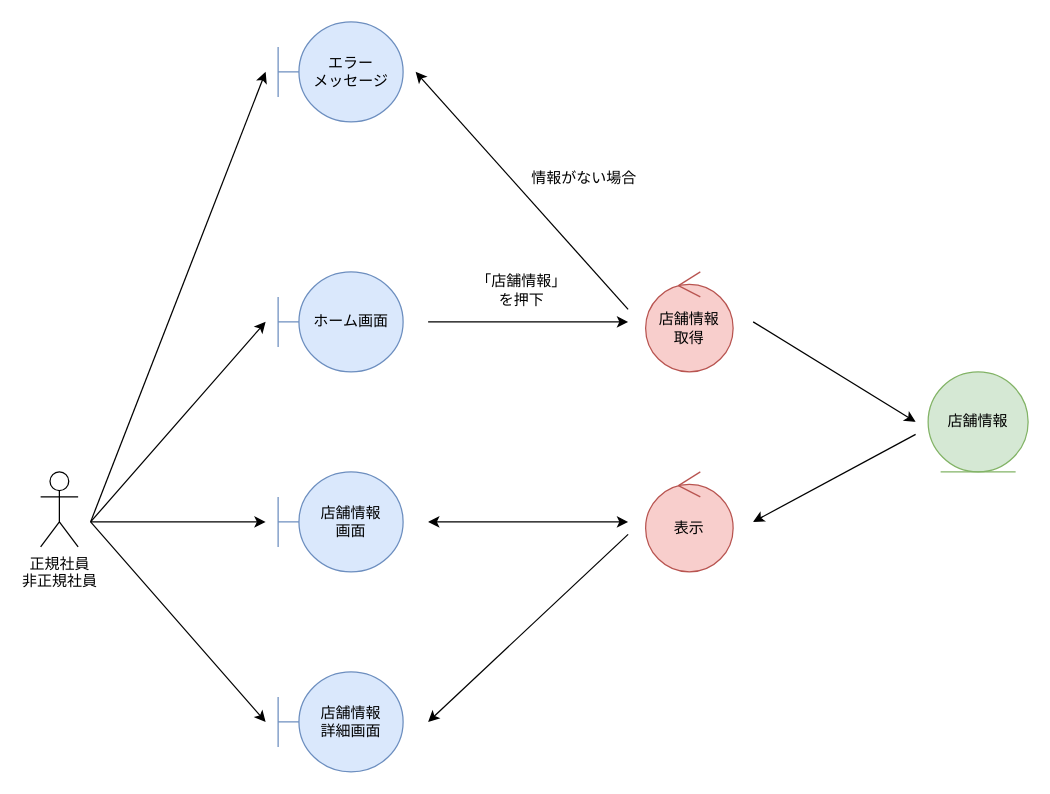
Earlier version of the draw.io diagram page "店舗情報参照" (5 of 6) of 各種設計書/3ロバストネス図/人事管理/従業員情報管理.drawio (HaruShim/Sotuken). Source tidied: cells renumbered, new cells numbered last; positions are measured from the earlier drawing's top-left corner, leaving out a move shared by most shapes. Both pictures are drawn from the tidied source at 125%, with x=0, y=0 at pixel (40, 21).
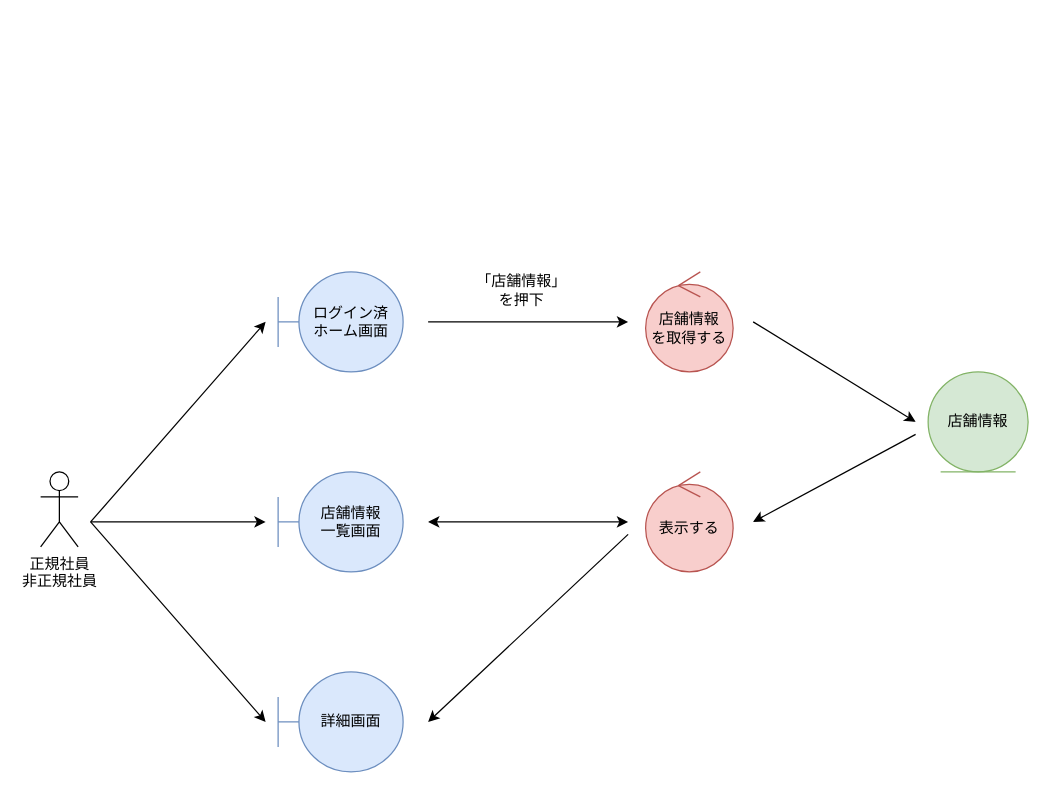
After the change.

What changed in the source:
```diff
@@
-    <mxCell id="2" value="ホーム画面" style="shape=umlBoundary;whiteSpace=wrap;html=1;fillColor=#dae8fc;strokeColor=#6c8ebf;" parent="1" vertex="1">
+    <mxCell id="2" value="ログイン済&lt;br&gt;ホーム画面" style="shape=umlBoundary;whiteSpace=wrap;html=1;fillColor=#dae8fc;strokeColor=#6c8ebf;" parent="1" vertex="1">
       <mxGeometry x="190" y="200" width="100" height="80" as="geometry" />
     </mxCell>
-    <mxCell id="3" value="店舗情報&lt;br&gt;画面" style="shape=umlBoundary;whiteSpace=wrap;html=1;fillColor=#dae8fc;strokeColor=#6c8ebf;" parent="1" vertex="1">
+    <mxCell id="3" value="店舗情報&lt;br&gt;一覧画面" style="shape=umlBoundary;whiteSpace=wrap;html=1;fillColor=#dae8fc;strokeColor=#6c8ebf;" parent="1" vertex="1">
       <mxGeometry x="190" y="360" width="100" height="80" as="geometry" />
     </mxCell>
-    <mxCell id="4" value="店舗情報&lt;br&gt;詳細画面" style="shape=umlBoundary;whiteSpace=wrap;html=1;fillColor=#dae8fc;strokeColor=#6c8ebf;" parent="1" vertex="1">
+    <mxCell id="4" value="詳細画面" style="shape=umlBoundary;whiteSpace=wrap;html=1;fillColor=#dae8fc;strokeColor=#6c8ebf;" parent="1" vertex="1">
       <mxGeometry x="190" y="520" width="100" height="80" as="geometry" />
     </mxCell>
@@
-    <mxCell id="10" value="店舗情報&lt;br&gt;取得" style="ellipse;shape=umlControl;whiteSpace=wrap;html=1;fillColor=#f8cecc;strokeColor=#b85450;" parent="1" vertex="1">
+    <mxCell id="10" value="店舗情報&lt;br&gt;を取得する" style="ellipse;shape=umlControl;whiteSpace=wrap;html=1;fillColor=#f8cecc;strokeColor=#b85450;" parent="1" vertex="1">
       <mxGeometry x="484" y="200" width="70" height="80" as="geometry" />
     </mxCell>
-    <mxCell id="11" value="表示" style="ellipse;shape=umlControl;whiteSpace=wrap;html=1;fillColor=#f8cecc;strokeColor=#b85450;" parent="1" vertex="1">
+    <mxCell id="11" value="表示する" style="ellipse;shape=umlControl;whiteSpace=wrap;html=1;fillColor=#f8cecc;strokeColor=#b85450;" parent="1" vertex="1">
       <mxGeometry x="484" y="360" width="70" height="80" as="geometry" />
     </mxCell>
@@
-    <mxCell id="18" value="エラー&lt;br&gt;メッセージ" style="shape=umlBoundary;whiteSpace=wrap;html=1;fillColor=#dae8fc;strokeColor=#6c8ebf;" parent="1" vertex="1">
-      <mxGeometry x="190" width="100" height="80" as="geometry" />
-    </mxCell>
-    <mxCell id="19" value="情報がない場合" style="text;html=1;strokeColor=none;fillColor=none;align=center;verticalAlign=middle;whiteSpace=wrap;rounded=0;" parent="1" vertex="1">
-      <mxGeometry x="390" y="110" width="90" height="30" as="geometry" />
-    </mxCell>
-    <mxCell id="20" style="endArrow=classic;html=1;rounded=0;" parent="1" edge="1">
-      <mxGeometry relative="1" as="geometry">
-        <mxPoint x="40" y="400" as="sourcePoint" />
-        <mxPoint x="180" y="40" as="targetPoint" />
-      </mxGeometry>
-    </mxCell>
-    <mxCell id="21" style="endArrow=classic;html=1;rounded=0;" parent="1" edge="1">
-      <mxGeometry relative="1" as="geometry">
-        <mxPoint x="470" y="230" as="sourcePoint" />
-        <mxPoint x="300" y="40" as="targetPoint" />
-      </mxGeometry>
-    </mxCell>
```
